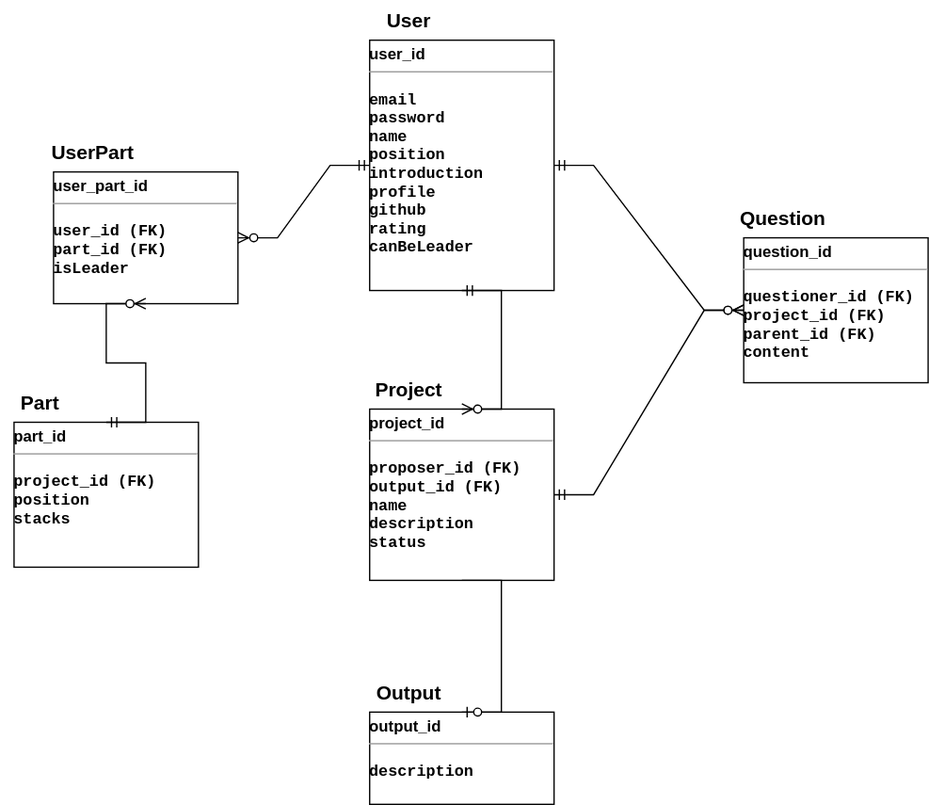
Before: Table_diagram.drawio.svg, a diagram exported from draw.io (zelo0/cruit). Source tidied: cells renumbered, new cells last; positions are measured from the earlier drawing's top-left corner, leaving out a move shared by most shapes.
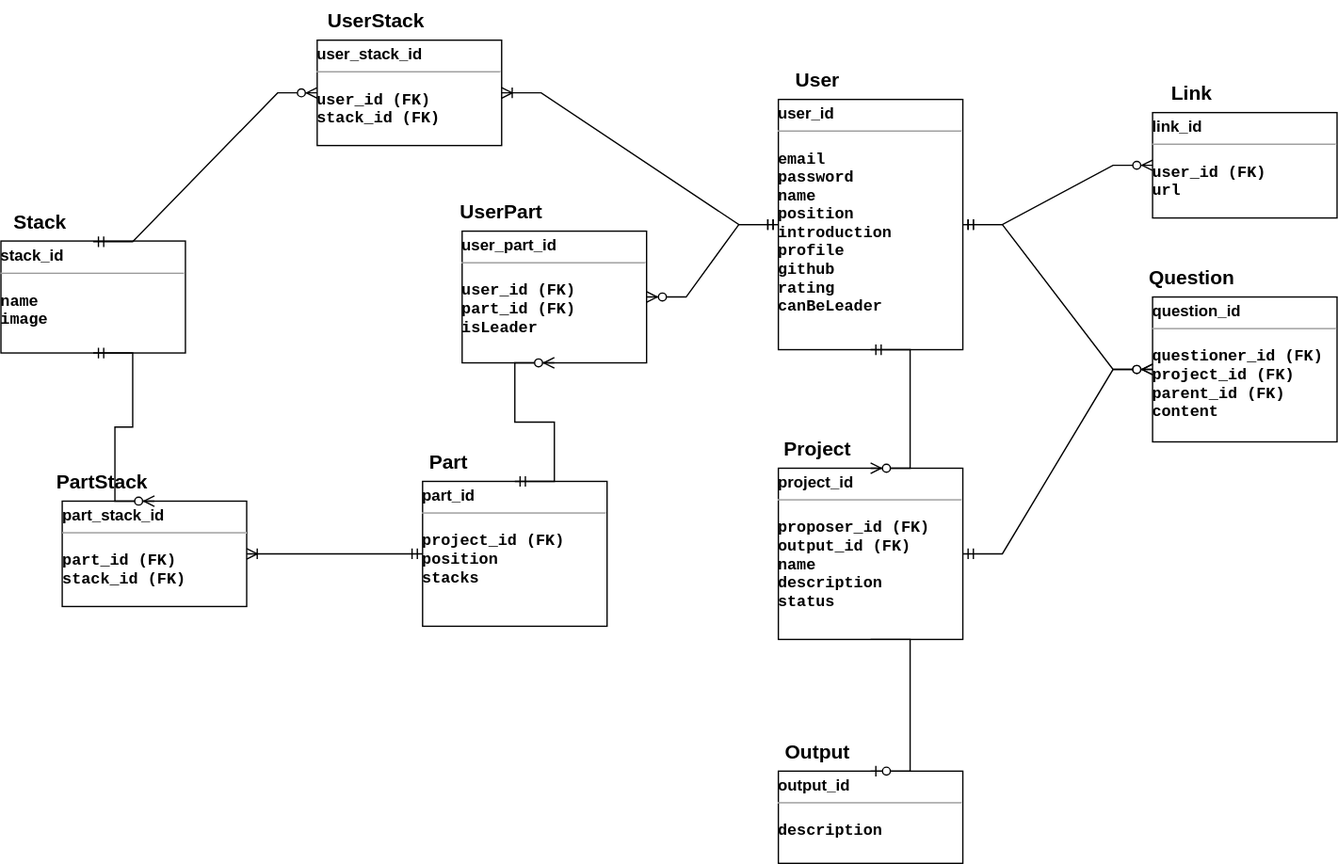
After the commit.

Commit message:
stack table 추가

What changed in the source:
```diff
@@ -56,5 +56,46 @@
     <mxCell id="19" style="edgeStyle=entityRelationEdgeStyle;fontSize=12;html=1;endArrow=ERzeroToMany;startArrow=ERmandOne;rounded=0;exitX=0;exitY=0.5;exitDx=0;exitDy=0;entryX=1;entryY=0.5;entryDx=0;entryDy=0;" parent="1" edge="1" source="2" target="16">
       <mxGeometry relative="1" as="geometry" />
     </mxCell>
+    <mxCell id="20" value="&lt;p style=&quot;margin: 4px 0px 0px&quot;&gt;&lt;b&gt;link_id&lt;/b&gt;&lt;/p&gt;&lt;hr size=&quot;1&quot;&gt;&lt;p&gt;&lt;/p&gt;&lt;pre style=&quot;height: 2px ; line-height: 1.5&quot;&gt;&lt;b&gt;user_id (FK)&lt;/b&gt;&lt;/pre&gt;&lt;pre style=&quot;height: 2px ; line-height: 1.5&quot;&gt;&lt;b&gt;url&lt;/b&gt;&lt;/pre&gt;&lt;p&gt;&lt;/p&gt;" style="verticalAlign=top;align=left;overflow=fill;fontSize=12;fontFamily=Helvetica;html=1;" parent="1" vertex="1">
+      <mxGeometry x="564" y="40" width="140" height="80" as="geometry" />
+    </mxCell>
+    <mxCell id="21" style="edgeStyle=entityRelationEdgeStyle;fontSize=12;html=1;endArrow=ERzeroToMany;startArrow=ERmandOne;rounded=0;exitX=1;exitY=0.5;exitDx=0;exitDy=0;entryX=0;entryY=0.5;entryDx=0;entryDy=0;" parent="1" edge="1" source="2" target="20">
+      <mxGeometry relative="1" as="geometry" />
+    </mxCell>
+    <mxCell id="22" value="&lt;b&gt;&lt;font style=&quot;font-size: 15px&quot;&gt;Link&lt;/font&gt;&lt;/b&gt;" style="text;html=1;strokeColor=none;fillColor=none;align=center;verticalAlign=middle;whiteSpace=wrap;rounded=0;" parent="1" vertex="1">
+      <mxGeometry x="564" y="10" width="60" height="30" as="geometry" />
+    </mxCell>
+    <mxCell id="23" value="&lt;p style=&quot;margin: 4px 0px 0px&quot;&gt;&lt;b&gt;stack_id&lt;/b&gt;&lt;/p&gt;&lt;hr size=&quot;1&quot;&gt;&lt;p&gt;&lt;/p&gt;&lt;pre style=&quot;height: 2px ; line-height: 1.5&quot;&gt;&lt;b&gt;name&lt;/b&gt;&lt;/pre&gt;&lt;pre style=&quot;height: 2px ; line-height: 1.5&quot;&gt;&lt;b&gt;image&lt;/b&gt;&lt;/pre&gt;&lt;pre style=&quot;height: 2px ; line-height: 1.5&quot;&gt;&lt;b&gt;&lt;br&gt;&lt;/b&gt;&lt;/pre&gt;&lt;p&gt;&lt;/p&gt;" style="verticalAlign=top;align=left;overflow=fill;fontSize=12;fontFamily=Helvetica;html=1;" parent="1" vertex="1">
+      <mxGeometry x="-310" y="137.5" width="140" height="85" as="geometry" />
+    </mxCell>
+    <mxCell id="24" value="&lt;p style=&quot;margin: 4px 0px 0px&quot;&gt;&lt;b&gt;user_stack_id&lt;/b&gt;&lt;/p&gt;&lt;hr size=&quot;1&quot;&gt;&lt;p&gt;&lt;/p&gt;&lt;pre style=&quot;height: 2px ; line-height: 1.5&quot;&gt;&lt;b&gt;user_id (FK)&lt;/b&gt;&lt;/pre&gt;&lt;pre style=&quot;height: 2px ; line-height: 1.5&quot;&gt;&lt;b&gt;stack_id (FK)&lt;/b&gt;&lt;/pre&gt;&lt;p&gt;&lt;/p&gt;" style="verticalAlign=top;align=left;overflow=fill;fontSize=12;fontFamily=Helvetica;html=1;" parent="1" vertex="1">
+      <mxGeometry x="-70" y="-15" width="140" height="80" as="geometry" />
+    </mxCell>
+    <mxCell id="25" style="edgeStyle=entityRelationEdgeStyle;fontSize=12;html=1;endArrow=ERoneToMany;startArrow=ERmandOne;rounded=0;exitX=0;exitY=0.5;exitDx=0;exitDy=0;entryX=1;entryY=0.5;entryDx=0;entryDy=0;" parent="1" edge="1" source="2" target="24">
+      <mxGeometry relative="1" as="geometry" />
+    </mxCell>
+    <mxCell id="26" style="edgeStyle=entityRelationEdgeStyle;fontSize=12;html=1;endArrow=ERzeroToMany;startArrow=ERmandOne;rounded=0;entryX=0;entryY=0.5;entryDx=0;entryDy=0;" parent="1" edge="1" target="24">
+      <mxGeometry relative="1" as="geometry">
+        <mxPoint x="-240" y="138" as="sourcePoint" />
+      </mxGeometry>
+    </mxCell>
+    <mxCell id="27" value="&lt;p style=&quot;margin: 4px 0px 0px&quot;&gt;&lt;b&gt;part_stack_id&lt;/b&gt;&lt;/p&gt;&lt;hr size=&quot;1&quot;&gt;&lt;p&gt;&lt;/p&gt;&lt;pre style=&quot;height: 2px ; line-height: 1.5&quot;&gt;&lt;b&gt;part_id (FK)&lt;/b&gt;&lt;/pre&gt;&lt;pre style=&quot;height: 2px ; line-height: 1.5&quot;&gt;&lt;b&gt;stack_id (FK)&lt;/b&gt;&lt;/pre&gt;&lt;p&gt;&lt;/p&gt;" style="verticalAlign=top;align=left;overflow=fill;fontSize=12;fontFamily=Helvetica;html=1;" parent="1" vertex="1">
+      <mxGeometry x="-263.5" y="335" width="140" height="80" as="geometry" />
+    </mxCell>
+    <mxCell id="28" value="&lt;b&gt;&lt;font style=&quot;font-size: 15px&quot;&gt;Stack&lt;/font&gt;&lt;/b&gt;" style="text;html=1;strokeColor=none;fillColor=none;align=center;verticalAlign=middle;whiteSpace=wrap;rounded=0;" parent="1" vertex="1">
+      <mxGeometry x="-310" y="107.5" width="60" height="30" as="geometry" />
+    </mxCell>
+    <mxCell id="29" value="&lt;b&gt;&lt;font style=&quot;font-size: 15px&quot;&gt;PartStack&lt;/font&gt;&lt;/b&gt;" style="text;html=1;strokeColor=none;fillColor=none;align=center;verticalAlign=middle;whiteSpace=wrap;rounded=0;" parent="1" vertex="1">
+      <mxGeometry x="-263" y="305" width="60" height="30" as="geometry" />
+    </mxCell>
+    <mxCell id="30" value="&lt;b&gt;&lt;font style=&quot;font-size: 15px&quot;&gt;UserStack&lt;/font&gt;&lt;/b&gt;" style="text;html=1;strokeColor=none;fillColor=none;align=center;verticalAlign=middle;whiteSpace=wrap;rounded=0;" parent="1" vertex="1">
+      <mxGeometry x="-70" y="-45" width="90" height="30" as="geometry" />
+    </mxCell>
+    <mxCell id="31" style="edgeStyle=entityRelationEdgeStyle;fontSize=12;html=1;endArrow=ERoneToMany;startArrow=ERmandOne;rounded=0;exitX=0;exitY=0.5;exitDx=0;exitDy=0;entryX=1;entryY=0.5;entryDx=0;entryDy=0;" parent="1" edge="1" source="10" target="27">
+      <mxGeometry relative="1" as="geometry" />
+    </mxCell>
+    <mxCell id="32" style="edgeStyle=entityRelationEdgeStyle;fontSize=12;html=1;endArrow=ERzeroToMany;startArrow=ERmandOne;rounded=0;entryX=0.5;entryY=0;entryDx=0;entryDy=0;exitX=0.5;exitY=1;exitDx=0;exitDy=0;" parent="1" edge="1" source="23" target="27">
+      <mxGeometry relative="1" as="geometry" />
+    </mxCell>
   </root>
 </mxGraphModel>
```
